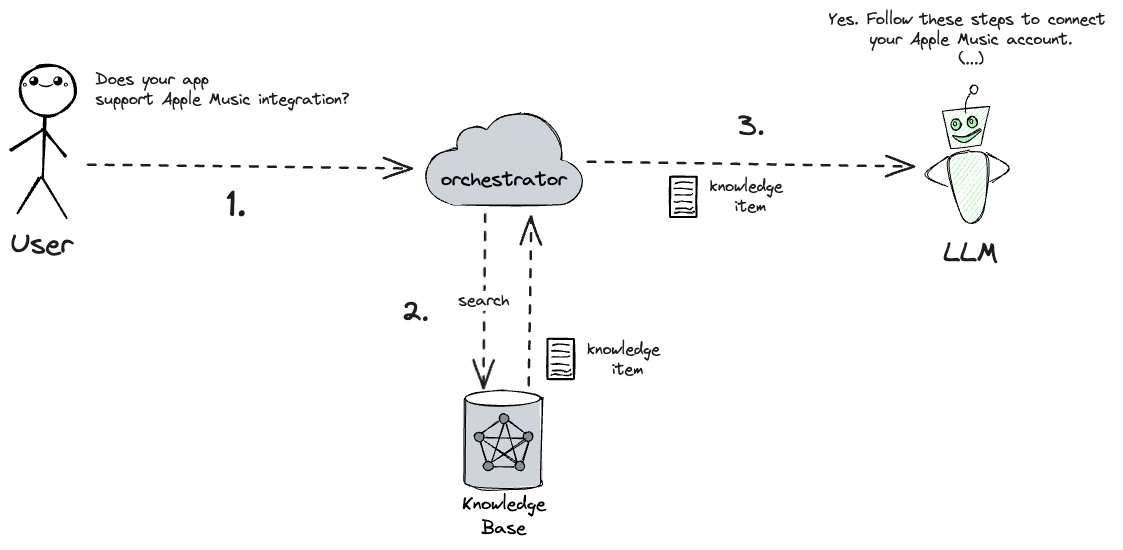
The Excalidraw diagram zurich-azure-ug-2025/graphics/rag-basic.excalidraw.png in filipw/filipw.github.io, before a commit. Source tidied: one line per element, renumbered; positions are measured from the earlier drawing's top-left corner, leaving out a move shared by most shapes.
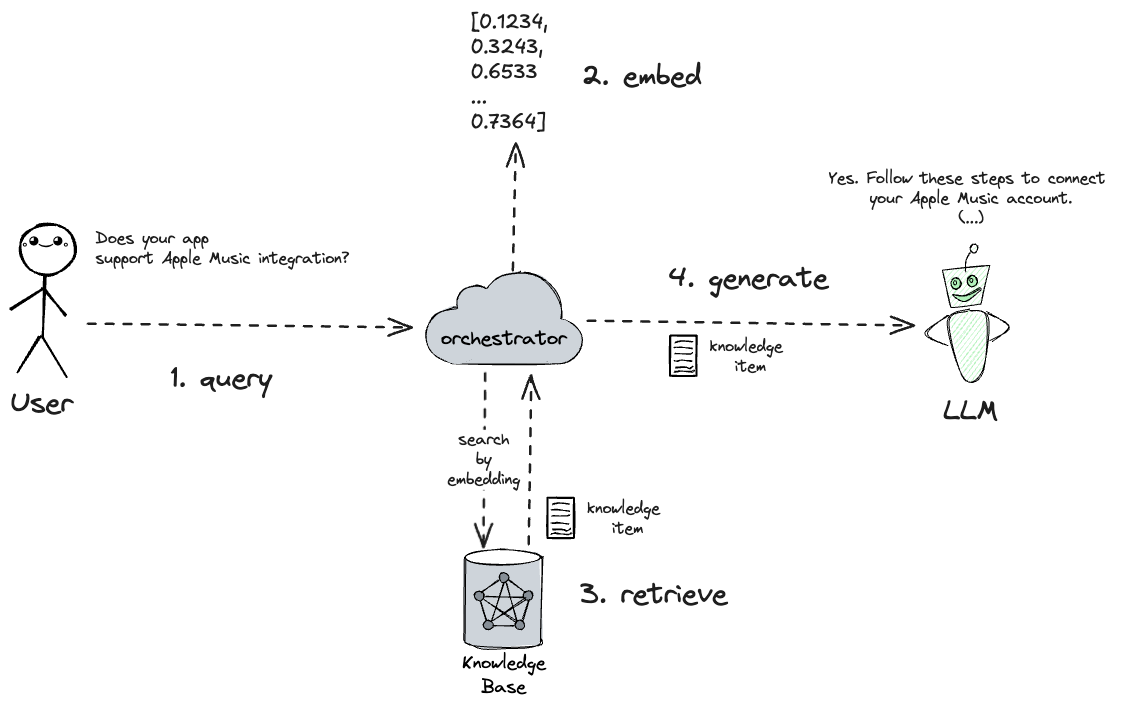
The same diagram one commit later.

Diff of the diagram source:
```diff
@@ -50,7 +50,7 @@
 {"id": 49, "type": "arrow", "strokeColor": "#1e1e1e", "backgroundColor": "#b2f2bb", "fillStyle": "solid", "strokeWidth": 2, "strokeStyle": "dashed", "roughness": 1, "endArrowhead": "arrow", "round": true, "to": 20, "x": 77, "y": 155, "width": 325, "height": 3, "points": [[0, 0], [325, 3]]}
 {"id": 50, "type": "text", "text": "Does your app\nsupport Apple Music integration?", "strokeColor": "#1e1e1e", "backgroundColor": "#b2f2bb", "fillStyle": "solid", "strokeWidth": 2, "strokeStyle": "dashed", "roughness": 1, "fontSize": 16, "fontFamily": 1, "x": 85, "y": 60, "width": 254, "height": 40}
 {"id": 51, "type": "arrow", "strokeColor": "#1e1e1e", "backgroundColor": "#b2f2bb", "fillStyle": "solid", "strokeWidth": 2, "strokeStyle": "dashed", "roughness": 1, "endArrowhead": "arrow", "round": true, "from": 27, "to": 2, "x": 474, "y": 204, "width": 1, "height": 173, "points": [[0, 0], [-1, 173]]}
-{"id": 52, "type": "text", "text": "search", "strokeColor": "#1e1e1e", "backgroundColor": "#b2f2bb", "fillStyle": "solid", "strokeWidth": 2, "strokeStyle": "dashed", "roughness": 1, "fontSize": 16, "fontFamily": 1, "textAlign": "center", "verticalAlign": "middle", "inside": 51, "x": 473, "y": 277, "width": 51, "height": 20}
+{"id": 52, "type": "text", "text": "search\nby\nembedding", "strokeColor": "#1e1e1e", "backgroundColor": "#b2f2bb", "fillStyle": "solid", "strokeWidth": 2, "strokeStyle": "dashed", "roughness": 1, "fontSize": 16, "fontFamily": 1, "textAlign": "center", "verticalAlign": "middle", "inside": 51, "x": 437, "y": 261, "width": 73, "height": 60}
 {"id": 53, "type": "arrow", "strokeColor": "#1e1e1e", "backgroundColor": "#b2f2bb", "fillStyle": "solid", "strokeWidth": 2, "strokeStyle": "dashed", "roughness": 1, "endArrowhead": "arrow", "round": true, "from": 2, "to": 24, "x": 518, "y": 375, "width": 3, "height": 169, "points": [[0, 0], [3, -169]]}
 {"id": 54, "type": "rectangle", "strokeColor": "#000000", "backgroundColor": "#fff", "fillStyle": "solid", "strokeWidth": 2, "roughness": 1, "x": 537, "y": 329, "width": 27, "height": 40}
 {"id": 55, "type": "line", "strokeColor": "#000000", "backgroundColor": "#fff", "fillStyle": "solid", "strokeWidth": 1, "roughness": 1, "round": true, "x": 542, "y": 347, "width": 17, "height": 1, "points": [[0, 0], [15, 0], [17, -1]]}
@@ -70,6 +70,9 @@
 {"id": 69, "type": "line", "strokeColor": "#000000", "backgroundColor": "#fff", "fillStyle": "solid", "strokeWidth": 1, "roughness": 1, "round": true, "x": 664, "y": 192, "width": 18, "height": 1, "points": [[0, 0], [3, 1], [7, 0], [18, 1]]}
 {"id": 70, "type": "text", "text": "knowledge \nitem", "strokeColor": "#1e1e1e", "backgroundColor": "#b2f2bb", "fillStyle": "solid", "strokeWidth": 2, "strokeStyle": "dashed", "roughness": 1, "fontSize": 16, "fontFamily": 1, "textAlign": "center", "x": 700, "y": 167, "width": 81, "height": 40}
 {"id": 71, "type": "text", "text": "Yes. Follow these steps to connect \nyour Apple Music account.\n(...)", "strokeColor": "#1e1e1e", "backgroundColor": "#b2f2bb", "fillStyle": "solid", "strokeWidth": 2, "strokeStyle": "dashed", "roughness": 1, "fontSize": 16, "fontFamily": 1, "textAlign": "center", "x": 818, "y": 0, "width": 285, "height": 60}
-{"id": 72, "type": "text", "text": "1.", "strokeColor": "#1e1e1e", "strokeWidth": 2, "roughness": 1, "fontSize": 36, "fontFamily": 1, "x": 217, "y": 173, "width": 20, "height": 45}
+{"id": 72, "type": "text", "text": "1. query", "strokeColor": "#1e1e1e", "strokeWidth": 2, "roughness": 1, "fontSize": 28, "fontFamily": 1, "x": 161, "y": 192, "width": 101, "height": 35}
-{"id": 73, "type": "text", "text": "2.", "strokeColor": "#1e1e1e", "strokeWidth": 2, "roughness": 1, "fontSize": 28, "fontFamily": 1, "x": 391, "y": 285, "width": 28, "height": 35}
+{"id": 73, "type": "text", "text": "3. retrieve", "strokeColor": "#1e1e1e", "strokeWidth": 2, "roughness": 1, "fontSize": 28, "fontFamily": 1, "x": 570, "y": 409, "width": 147, "height": 35}
-{"id": 74, "type": "text", "text": "3.", "strokeColor": "#1e1e1e", "strokeWidth": 2, "roughness": 1, "fontSize": 28, "fontFamily": 1, "x": 728, "y": 99, "width": 27, "height": 35}
+{"id": 74, "type": "text", "text": "4. generate", "strokeColor": "#1e1e1e", "strokeWidth": 2, "roughness": 1, "fontSize": 28, "fontFamily": 1, "x": 659, "y": 93, "width": 159, "height": 35}
+{"id": 75, "type": "text", "text": "[0.1234,\n0.3243,\n0.6533\n...\n0.7364]", "strokeColor": "#1e1e1e", "strokeWidth": 2, "roughness": 1, "fontSize": 20, "fontFamily": 5, "x": 460, "y": -159, "width": 78, "height": 125}
+{"id": 76, "type": "arrow", "strokeColor": "#1e1e1e", "backgroundColor": "#b2f2bb", "fillStyle": "solid", "strokeWidth": 2, "strokeStyle": "dashed", "roughness": 1, "endArrowhead": "arrow", "round": true, "from": 19, "to": 75, "x": 502, "y": 101, "width": 5, "height": 126, "points": [[0, 0], [5, -126]]}
+{"id": 77, "type": "text", "text": "2. embed", "strokeColor": "#1e1e1e", "strokeWidth": 2, "roughness": 1, "fontSize": 28, "fontFamily": 1, "x": 571, "y": -109, "width": 120, "height": 35}
```
